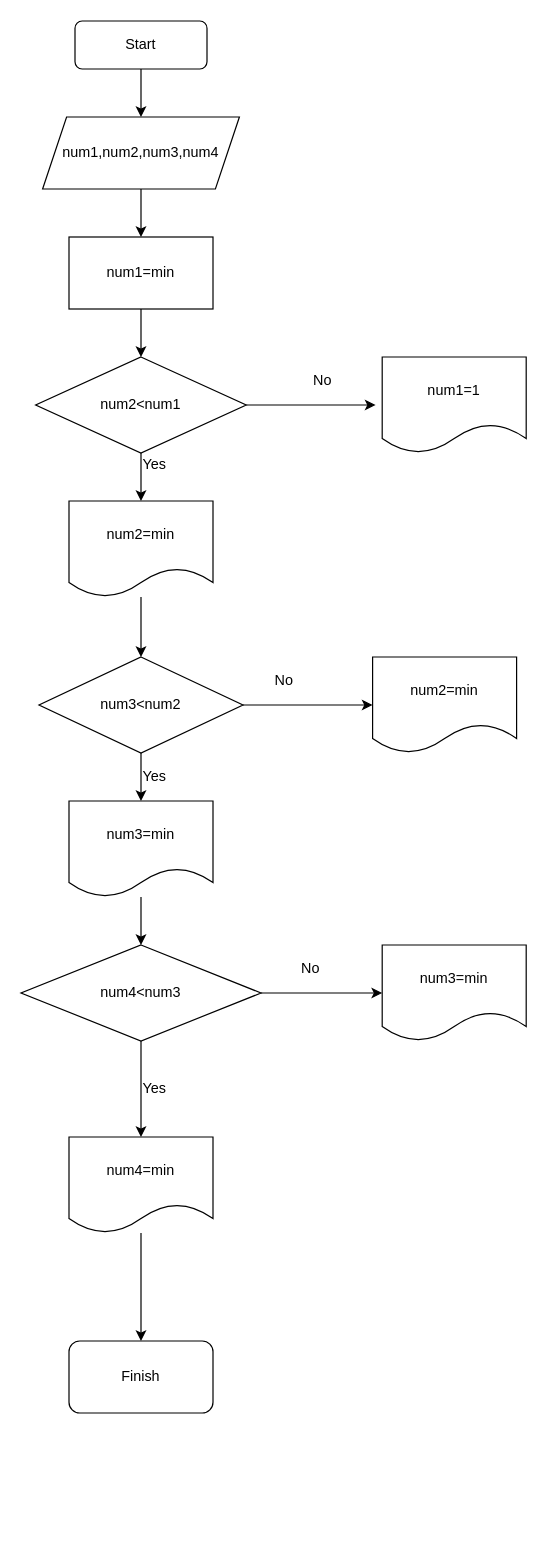
Earlier version of the draw.io diagram task2.drawio (margobiyun/python). Source tidied: cells renumbered, new cells numbered last; positions are measured from the earlier drawing's top-left corner, leaving out a move shared by most shapes. Both pictures are drawn from the tidied source at 120%, with x=0, y=0 at pixel (20, 20).
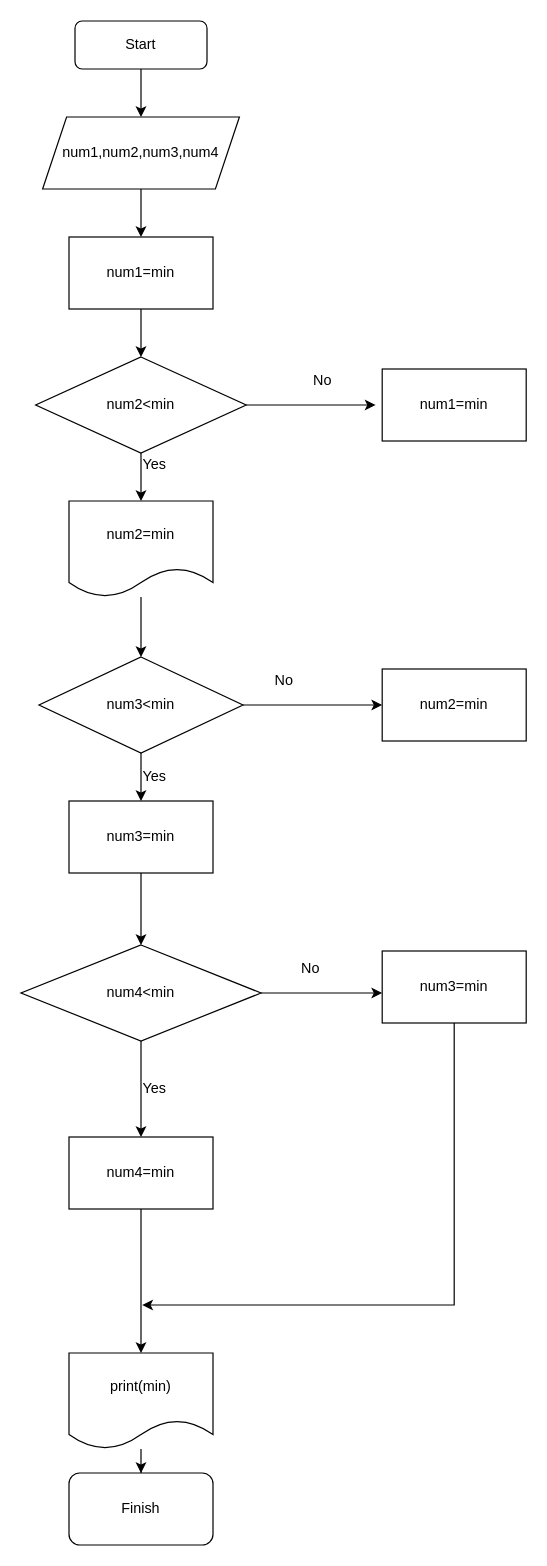
Above is the later version.

Diff of the diagram source:
```diff
@@
-    <mxCell id="8" value="num2&amp;lt;num1" style="rhombus;whiteSpace=wrap;html=1;" parent="1" vertex="1">
+    <mxCell id="8" value="num2&amp;lt;min" style="rhombus;whiteSpace=wrap;html=1;" parent="1" vertex="1">
       <mxGeometry x="12.2" y="280" width="175.5" height="80" as="geometry" />
     </mxCell>
@@
-    <mxCell id="13" value="num1=1" style="shape=document;whiteSpace=wrap;html=1;boundedLbl=1;" parent="1" vertex="1">
-      <mxGeometry x="301" y="280" width="120" height="80" as="geometry" />
-    </mxCell>
@@
-    <mxCell id="16" style="edgeStyle=orthogonalEdgeStyle;rounded=0;jettySize=auto;html=1;" parent="1" edge="1" source="18" target="19">
+    <mxCell id="16" style="edgeStyle=orthogonalEdgeStyle;rounded=0;jettySize=auto;html=1;entryX=0;entryY=0.5;entryDx=0;entryDy=0;" parent="1" edge="1" source="18" target="19">
       <mxGeometry relative="1" as="geometry" />
     </mxCell>
-    <mxCell id="17" style="edgeStyle=orthogonalEdgeStyle;rounded=0;jettySize=auto;html=1;" parent="1" edge="1" source="18" target="22">
-      <mxGeometry relative="1" as="geometry" />
+    <mxCell id="17" style="edgeStyle=orthogonalEdgeStyle;rounded=0;jettySize=auto;html=1;" parent="1" edge="1" source="18">
+      <mxGeometry relative="1" as="geometry">
+        <mxPoint x="100" y="650" as="targetPoint" />
+      </mxGeometry>
     </mxCell>
-    <mxCell id="18" value="num3&amp;lt;num2" style="rhombus;whiteSpace=wrap;html=1;" parent="1" vertex="1">
+    <mxCell id="18" value="num3&amp;lt;min" style="rhombus;whiteSpace=wrap;html=1;" parent="1" vertex="1">
       <mxGeometry x="15" y="530" width="170" height="80" as="geometry" />
     </mxCell>
-    <mxCell id="19" value="num2=min" style="shape=document;whiteSpace=wrap;html=1;boundedLbl=1;" parent="1" vertex="1">
-      <mxGeometry x="293" y="530" width="120" height="80" as="geometry" />
-    </mxCell>
@@
-    <mxCell id="21" style="edgeStyle=orthogonalEdgeStyle;rounded=0;jettySize=auto;html=1;" parent="1" edge="1" source="22" target="27">
-      <mxGeometry relative="1" as="geometry" />
-    </mxCell>
-    <mxCell id="22" value="num3=min" style="shape=document;whiteSpace=wrap;html=1;boundedLbl=1;" parent="1" vertex="1">
-      <mxGeometry x="40" y="650" width="120" height="80" as="geometry" />
-    </mxCell>
@@
-    <mxCell id="25" style="edgeStyle=orthogonalEdgeStyle;rounded=0;jettySize=auto;html=1;" parent="1" edge="1" source="27" target="28">
-      <mxGeometry relative="1" as="geometry" />
+    <mxCell id="25" style="edgeStyle=orthogonalEdgeStyle;rounded=0;jettySize=auto;html=1;" parent="1" edge="1" source="27">
+      <mxGeometry relative="1" as="geometry">
+        <mxPoint x="301" y="810" as="targetPoint" />
+      </mxGeometry>
     </mxCell>
-    <mxCell id="26" style="edgeStyle=orthogonalEdgeStyle;rounded=0;jettySize=auto;html=1;" parent="1" edge="1" source="27" target="30">
-      <mxGeometry relative="1" as="geometry" />
+    <mxCell id="26" style="edgeStyle=orthogonalEdgeStyle;rounded=0;jettySize=auto;html=1;" parent="1" edge="1" source="27">
+      <mxGeometry relative="1" as="geometry">
+        <mxPoint x="100" y="930" as="targetPoint" />
+      </mxGeometry>
     </mxCell>
-    <mxCell id="27" value="num4&amp;lt;num3" style="rhombus;whiteSpace=wrap;html=1;" parent="1" vertex="1">
+    <mxCell id="27" value="num4&amp;lt;min" style="rhombus;whiteSpace=wrap;html=1;" parent="1" vertex="1">
       <mxGeometry y="770" width="200" height="80" as="geometry" />
     </mxCell>
-    <mxCell id="28" value="num3=min" style="shape=document;whiteSpace=wrap;html=1;boundedLbl=1;" parent="1" vertex="1">
-      <mxGeometry x="301" y="770" width="120" height="80" as="geometry" />
-    </mxCell>
-    <mxCell id="29" style="edgeStyle=orthogonalEdgeStyle;rounded=0;jettySize=auto;html=1;" parent="1" edge="1" source="30" target="31">
-      <mxGeometry relative="1" as="geometry" />
-    </mxCell>
-    <mxCell id="30" value="num4=min" style="shape=document;whiteSpace=wrap;html=1;boundedLbl=1;" parent="1" vertex="1">
-      <mxGeometry x="40" y="930" width="120" height="80" as="geometry" />
-    </mxCell>
+    <mxCell id="34" style="edgeStyle=orthogonalEdgeStyle;rounded=0;jettySize=auto;html=1;exitX=0.5;exitY=1;exitDx=0;exitDy=0;" parent="1" edge="1" source="39">
+      <mxGeometry relative="1" as="geometry">
+        <mxPoint x="101" y="1070" as="targetPoint" />
+        <Array as="points">
+          <mxPoint x="361" y="1070" />
+        </Array>
+      </mxGeometry>
+    </mxCell>
+    <mxCell id="35" style="edgeStyle=orthogonalEdgeStyle;rounded=0;jettySize=auto;html=1;exitX=0.5;exitY=1;exitDx=0;exitDy=0;" parent="1" edge="1" source="30" target="37">
+      <mxGeometry relative="1" as="geometry" />
+    </mxCell>
     <mxCell id="31" value="Finish" style="rounded=1;whiteSpace=wrap;html=1;" parent="1" vertex="1">
-      <mxGeometry x="40" y="1100" width="120" height="60" as="geometry" />
+      <mxGeometry x="40" y="1210" width="120" height="60" as="geometry" />
     </mxCell>
@@
+    <mxCell id="36" style="edgeStyle=orthogonalEdgeStyle;rounded=0;jettySize=auto;html=1;" parent="1" edge="1" source="37" target="31">
+      <mxGeometry relative="1" as="geometry" />
+    </mxCell>
+    <mxCell id="37" value="print(min)" style="shape=document;whiteSpace=wrap;html=1;boundedLbl=1;" parent="1" vertex="1">
+      <mxGeometry x="40" y="1110" width="120" height="80" as="geometry" />
+    </mxCell>
+    <mxCell id="38" value="num1=min" style="rounded=0;whiteSpace=wrap;html=1;" parent="1" vertex="1">
+      <mxGeometry x="301" y="290" width="120" height="60" as="geometry" />
+    </mxCell>
+    <mxCell id="19" value="num2=min" style="rounded=0;whiteSpace=wrap;html=1;" parent="1" vertex="1">
+      <mxGeometry x="301" y="540" width="120" height="60" as="geometry" />
+    </mxCell>
+    <mxCell id="39" value="num3=min" style="rounded=0;whiteSpace=wrap;html=1;" parent="1" vertex="1">
+      <mxGeometry x="301" y="775" width="120" height="60" as="geometry" />
+    </mxCell>
+    <mxCell id="40" style="edgeStyle=orthogonalEdgeStyle;rounded=0;jettySize=auto;html=1;" parent="1" edge="1" source="41" target="27">
+      <mxGeometry relative="1" as="geometry" />
+    </mxCell>
+    <mxCell id="41" value="num3=min" style="rounded=0;whiteSpace=wrap;html=1;" parent="1" vertex="1">
+      <mxGeometry x="40" y="650" width="120" height="60" as="geometry" />
+    </mxCell>
+    <mxCell id="30" value="num4=min" style="rounded=0;whiteSpace=wrap;html=1;" parent="1" vertex="1">
+      <mxGeometry x="40" y="930" width="120" height="60" as="geometry" />
+    </mxCell>
```
